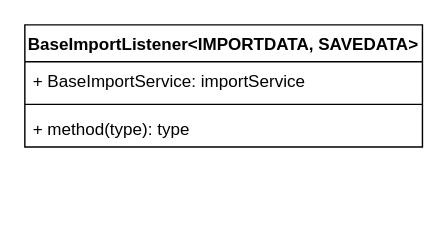
Earlier version of the draw.io diagram 未命名绘图.drawio (1135004584/diagrams). Source tidied: cells renumbered, new cells numbered last; positions are measured from the earlier drawing's top-left corner, leaving out a move shared by most shapes. Both pictures are drawn from the tidied source at 142%, with x=0, y=0 at pixel (24, 24).
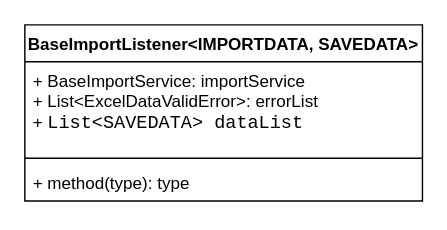
The same diagram, later.

Commit message (it also covers changes not shown here):
更新未命名绘图.drawio

The edit, as a diff of the source:
```diff
@@
 <mxGraphModel>
   <root>
     <mxCell id="0" />
     <mxCell id="1" parent="0" />
     <mxCell id="2" value="BaseImportListener&amp;lt;IMPORTDATA, SAVEDATA&amp;gt;" style="swimlane;fontStyle=1;align=center;verticalAlign=top;horizontal=1;startSize=26;whiteSpace=wrap;html=1;" parent="1" vertex="1">
-      <mxGeometry width="280" height="86" as="geometry" />
+      <mxGeometry width="280" height="124" as="geometry" />
     </mxCell>
-    <mxCell id="3" value="+&amp;nbsp;BaseImportService&lt;span style=&quot;background-color: initial;&quot;&gt;:&amp;nbsp;&lt;/span&gt;importService" style="text;strokeColor=none;fillColor=none;align=left;verticalAlign=top;spacingLeft=4;spacingRight=4;overflow=hidden;whiteSpace=wrap;html=1;" parent="2" vertex="1">
-      <mxGeometry y="26" width="280" height="26" as="geometry" />
+    <mxCell id="3" value="+&amp;nbsp;BaseImportService:&amp;nbsp;importService&lt;br&gt;+&amp;nbsp;List&amp;lt;ExcelDataValidError&amp;gt;:&amp;nbsp;errorList&lt;br&gt;+&amp;nbsp;&lt;span style=&quot;font-family: &amp;quot;JetBrains Mono&amp;quot;, monospace; font-size: 9.8pt;&quot;&gt;List&amp;lt;&lt;/span&gt;&lt;span style=&quot;font-family: &amp;quot;JetBrains Mono&amp;quot;, monospace; font-size: 9.8pt;&quot;&gt;SAVEDATA&lt;/span&gt;&lt;span style=&quot;font-family: &amp;quot;JetBrains Mono&amp;quot;, monospace; font-size: 9.8pt;&quot;&gt;&amp;gt; &lt;/span&gt;&lt;span style=&quot;font-family: &amp;quot;JetBrains Mono&amp;quot;, monospace; font-size: 9.8pt;&quot;&gt;dataList&lt;/span&gt;" style="text;strokeColor=none;fillColor=none;align=left;verticalAlign=top;spacingLeft=4;spacingRight=4;overflow=hidden;whiteSpace=wrap;html=1;" parent="2" vertex="1">
+      <mxGeometry y="26" width="280" height="64" as="geometry" />
     </mxCell>
     <mxCell id="4" style="line;strokeWidth=1;fillColor=none;align=left;verticalAlign=middle;spacingTop=-1;spacingLeft=3;spacingRight=3;labelPosition=right;strokeColor=inherit;" parent="2" vertex="1">
-      <mxGeometry y="52" width="280" height="8" as="geometry" />
+      <mxGeometry y="90" width="280" height="8" as="geometry" />
     </mxCell>
     <mxCell id="5" value="+ method(type): type" style="text;strokeColor=none;fillColor=none;align=left;verticalAlign=top;spacingLeft=4;spacingRight=4;overflow=hidden;whiteSpace=wrap;html=1;" parent="2" vertex="1">
-      <mxGeometry y="60" width="280" height="26" as="geometry" />
+      <mxGeometry y="98" width="280" height="26" as="geometry" />
     </mxCell>
   </root>
 </mxGraphModel>
```
